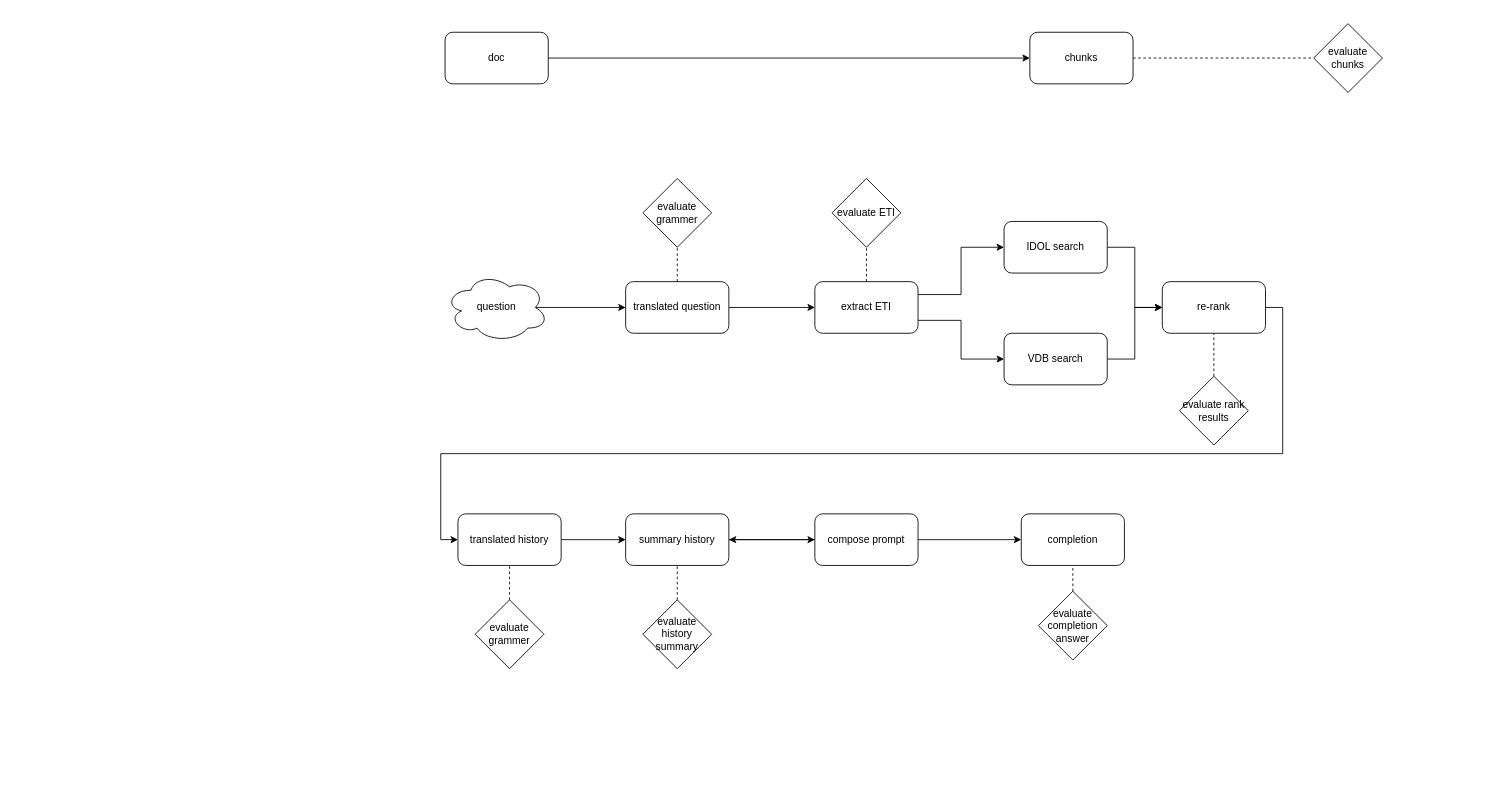
Above: LLM/Trace.drawio in Ice-YcY/Diagram (draw.io), before the change. Source tidied: cells renumbered, new cells numbered last; positions are measured from the earlier drawing's top-left corner, leaving out a move shared by most shapes. Both pictures are drawn from the tidied source at 86%, with x=0, y=0 at pixel (440, 23).
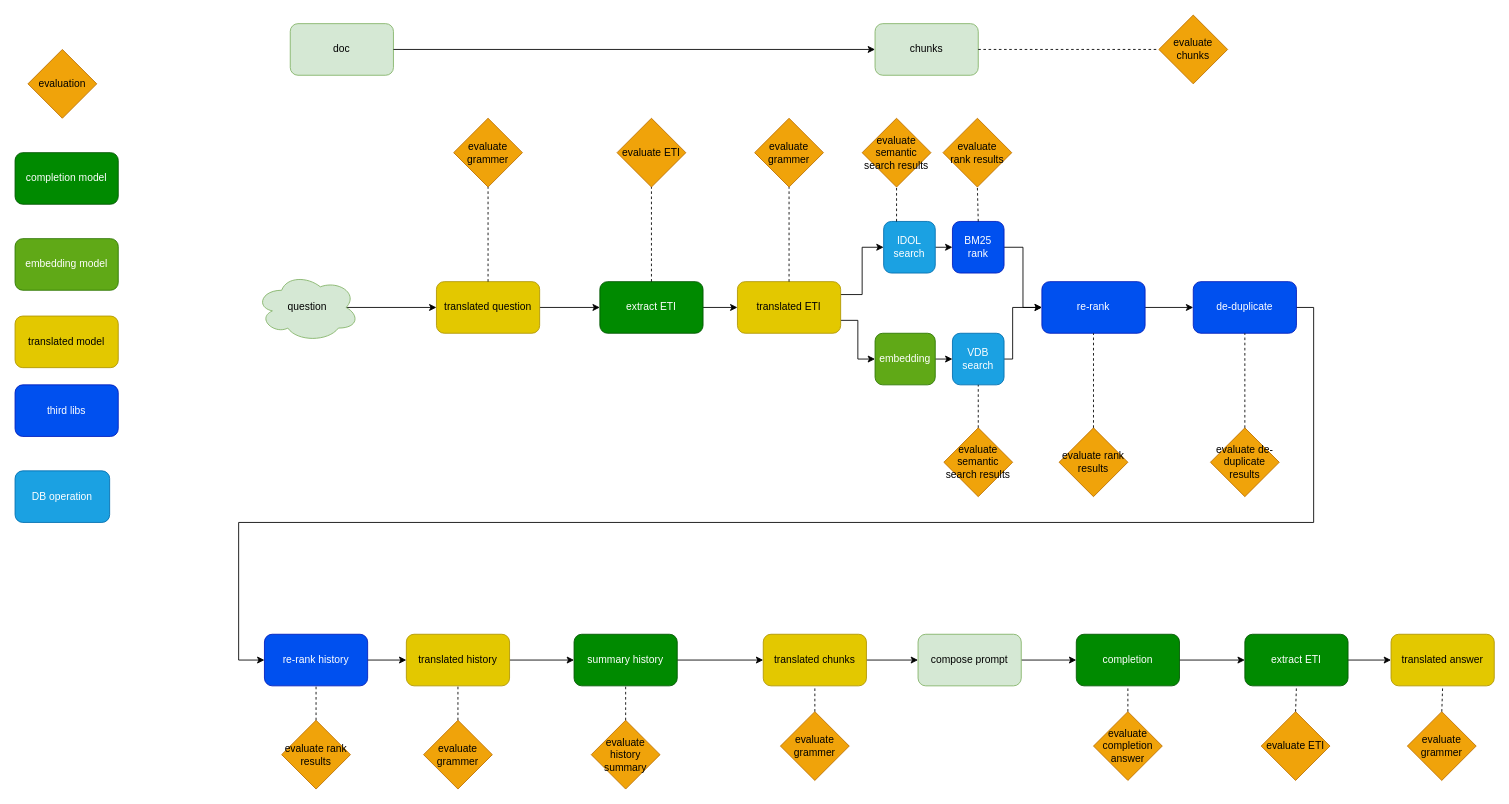
The same page after the edit.

Diff of the diagram source:
```diff
@@
-    <mxCell id="2" value="doc" style="rounded=1;whiteSpace=wrap;html=1;" parent="1" vertex="1">
-      <mxGeometry x="5" y="10" width="120" height="60" as="geometry" />
+    <mxCell id="2" value="doc" style="rounded=1;whiteSpace=wrap;html=1;fillColor=#d5e8d4;strokeColor=#82b366;" parent="1" vertex="1">
+      <mxGeometry x="-175" width="120" height="60" as="geometry" />
     </mxCell>
-    <mxCell id="3" value="chunks" style="rounded=1;whiteSpace=wrap;html=1;" parent="1" vertex="1">
-      <mxGeometry x="685" y="10" width="120" height="60" as="geometry" />
+    <mxCell id="3" value="chunks" style="rounded=1;whiteSpace=wrap;html=1;fillColor=#d5e8d4;strokeColor=#82b366;" parent="1" vertex="1">
+      <mxGeometry x="505" width="120" height="60" as="geometry" />
     </mxCell>
@@
-    <mxCell id="5" value="evaluate chunks" style="rhombus;whiteSpace=wrap;html=1;" parent="1" vertex="1">
-      <mxGeometry x="1015" width="80" height="80" as="geometry" />
+    <mxCell id="5" value="evaluate chunks" style="rhombus;whiteSpace=wrap;html=1;fillColor=#f0a30a;fontColor=#000000;strokeColor=#BD7000;" parent="1" vertex="1">
+      <mxGeometry x="835" y="-10" width="80" height="80" as="geometry" />
     </mxCell>
@@
-    <mxCell id="8" value="question" style="ellipse;shape=cloud;whiteSpace=wrap;html=1;" parent="1" vertex="1">
-      <mxGeometry x="5" y="290" width="120" height="80" as="geometry" />
+    <mxCell id="8" value="question" style="ellipse;shape=cloud;whiteSpace=wrap;html=1;fillColor=#d5e8d4;strokeColor=#82b366;" parent="1" vertex="1">
+      <mxGeometry x="-215" y="290" width="120" height="80" as="geometry" />
     </mxCell>
@@
-    <mxCell id="10" value="translated question" style="rounded=1;whiteSpace=wrap;html=1;" parent="1" vertex="1">
-      <mxGeometry x="215" y="300" width="120" height="60" as="geometry" />
+    <mxCell id="10" value="translated question" style="rounded=1;whiteSpace=wrap;html=1;fillColor=#e3c800;strokeColor=#B09500;fontColor=#000000;" parent="1" vertex="1">
+      <mxGeometry x="-5" y="300" width="120" height="60" as="geometry" />
     </mxCell>
-    <mxCell id="11" value="evaluate grammer" style="rhombus;whiteSpace=wrap;html=1;" parent="1" vertex="1">
-      <mxGeometry x="235" y="180" width="80" height="80" as="geometry" />
+    <mxCell id="11" value="evaluate grammer" style="rhombus;whiteSpace=wrap;html=1;fillColor=#f0a30a;strokeColor=#BD7000;fontColor=#000000;" parent="1" vertex="1">
+      <mxGeometry x="15" y="110" width="80" height="80" as="geometry" />
     </mxCell>
@@
-    <mxCell id="13" style="edgeStyle=orthogonalEdgeStyle;rounded=0;jettySize=auto;html=1;exitX=1;exitY=0.25;exitDx=0;exitDy=0;entryX=0;entryY=0.5;entryDx=0;entryDy=0;" parent="1" edge="1" source="15" target="19">
+    <mxCell id="13" style="edgeStyle=orthogonalEdgeStyle;rounded=0;jettySize=auto;html=1;exitX=1;exitY=0.25;exitDx=0;exitDy=0;entryX=0;entryY=0.5;entryDx=0;entryDy=0;" parent="1" edge="1" source="65" target="19">
       <mxGeometry relative="1" as="geometry" />
     </mxCell>
-    <mxCell id="14" style="edgeStyle=orthogonalEdgeStyle;rounded=0;jettySize=auto;html=1;exitX=1;exitY=0.75;exitDx=0;exitDy=0;entryX=0;entryY=0.5;entryDx=0;entryDy=0;" parent="1" edge="1" source="15" target="21">
+    <mxCell id="14" style="edgeStyle=orthogonalEdgeStyle;rounded=0;jettySize=auto;html=1;exitX=1;exitY=0.75;exitDx=0;exitDy=0;entryX=0;entryY=0.5;entryDx=0;entryDy=0;" parent="1" edge="1" source="65" target="53">
       <mxGeometry relative="1" as="geometry" />
     </mxCell>
+    <mxCell id="40" style="edgeStyle=orthogonalEdgeStyle;rounded=0;jettySize=auto;html=1;exitX=1;exitY=0.5;exitDx=0;exitDy=0;entryX=0;entryY=0.5;entryDx=0;entryDy=0;" parent="1" edge="1" source="15" target="65">
+      <mxGeometry relative="1" as="geometry" />
+    </mxCell>
-    <mxCell id="15" value="extract ETI" style="rounded=1;whiteSpace=wrap;html=1;" parent="1" vertex="1">
-      <mxGeometry x="435" y="300" width="120" height="60" as="geometry" />
+    <mxCell id="15" value="extract ETI" style="rounded=1;whiteSpace=wrap;html=1;fillColor=#008a00;strokeColor=#005700;fontColor=#ffffff;" parent="1" vertex="1">
+      <mxGeometry x="185" y="300" width="120" height="60" as="geometry" />
     </mxCell>
-    <mxCell id="16" value="evaluate ETI" style="rhombus;whiteSpace=wrap;html=1;" parent="1" vertex="1">
-      <mxGeometry x="455" y="180" width="80" height="80" as="geometry" />
+    <mxCell id="16" value="evaluate ETI" style="rhombus;whiteSpace=wrap;html=1;fillColor=#f0a30a;strokeColor=#BD7000;fontColor=#000000;" parent="1" vertex="1">
+      <mxGeometry x="205" y="110" width="80" height="80" as="geometry" />
     </mxCell>
@@
-    <mxCell id="18" style="edgeStyle=orthogonalEdgeStyle;rounded=0;jettySize=auto;html=1;exitX=1;exitY=0.5;exitDx=0;exitDy=0;entryX=0;entryY=0.5;entryDx=0;entryDy=0;" parent="1" edge="1" source="19" target="23">
-      <mxGeometry relative="1" as="geometry" />
-    </mxCell>
+    <mxCell id="41" style="edgeStyle=orthogonalEdgeStyle;rounded=0;jettySize=auto;html=1;exitX=1;exitY=0.5;exitDx=0;exitDy=0;entryX=0;entryY=0.5;entryDx=0;entryDy=0;" parent="1" edge="1" source="19" target="69">
+      <mxGeometry relative="1" as="geometry" />
+    </mxCell>
-    <mxCell id="19" value="IDOL search" style="rounded=1;whiteSpace=wrap;html=1;" parent="1" vertex="1">
-      <mxGeometry x="655" y="230" width="120" height="60" as="geometry" />
+    <mxCell id="19" value="IDOL search" style="rounded=1;whiteSpace=wrap;html=1;fillColor=#1ba1e2;strokeColor=#006EAF;fontColor=#ffffff;" parent="1" vertex="1">
+      <mxGeometry x="515" y="230" width="60" height="60" as="geometry" />
     </mxCell>
     <mxCell id="20" style="edgeStyle=orthogonalEdgeStyle;rounded=0;jettySize=auto;html=1;exitX=1;exitY=0.5;exitDx=0;exitDy=0;entryX=0;entryY=0.5;entryDx=0;entryDy=0;" parent="1" edge="1" source="21" target="23">
-      <mxGeometry relative="1" as="geometry" />
+      <mxGeometry relative="1" as="geometry">
+        <Array as="points">
+          <mxPoint x="665" y="390" />
+          <mxPoint x="665" y="330" />
+        </Array>
+      </mxGeometry>
     </mxCell>
-    <mxCell id="21" value="VDB search" style="rounded=1;whiteSpace=wrap;html=1;" parent="1" vertex="1">
-      <mxGeometry x="655" y="360" width="120" height="60" as="geometry" />
+    <mxCell id="21" value="VDB search" style="rounded=1;whiteSpace=wrap;html=1;fillColor=#1ba1e2;strokeColor=#006EAF;fontColor=#ffffff;" parent="1" vertex="1">
+      <mxGeometry x="595" y="360" width="60" height="60" as="geometry" />
     </mxCell>
-    <mxCell id="22" style="edgeStyle=orthogonalEdgeStyle;rounded=0;jettySize=auto;html=1;exitX=1;exitY=0.5;exitDx=0;exitDy=0;entryX=0;entryY=0.5;entryDx=0;entryDy=0;" parent="1" edge="1" source="23" target="37">
+    <mxCell id="22" style="edgeStyle=orthogonalEdgeStyle;rounded=0;jettySize=auto;html=1;exitX=1;exitY=0.5;exitDx=0;exitDy=0;entryX=0;entryY=0.5;entryDx=0;entryDy=0;" parent="1" edge="1" source="62" target="59">
       <mxGeometry relative="1" as="geometry">
         <Array as="points">
-          <mxPoint x="979" y="330" />
-          <mxPoint x="979" y="500" />
-          <mxPoint y="500" />
-          <mxPoint y="600" />
+          <mxPoint x="1015" y="330" />
+          <mxPoint x="1015" y="580" />
+          <mxPoint x="-235" y="580" />
+          <mxPoint x="-235" y="740" />
         </Array>
       </mxGeometry>
     </mxCell>
+    <mxCell id="42" style="edgeStyle=orthogonalEdgeStyle;rounded=0;jettySize=auto;html=1;exitX=1;exitY=0.5;exitDx=0;exitDy=0;" parent="1" edge="1" source="23" target="62">
+      <mxGeometry relative="1" as="geometry" />
+    </mxCell>
-    <mxCell id="23" value="re-rank" style="rounded=1;whiteSpace=wrap;html=1;" parent="1" vertex="1">
-      <mxGeometry x="839" y="300" width="120" height="60" as="geometry" />
+    <mxCell id="23" value="re-rank" style="rounded=1;whiteSpace=wrap;html=1;fillColor=#0050ef;strokeColor=#001DBC;fontColor=#ffffff;" parent="1" vertex="1">
+      <mxGeometry x="699" y="300" width="120" height="60" as="geometry" />
     </mxCell>
-    <mxCell id="24" value="evaluate rank results" style="rhombus;whiteSpace=wrap;html=1;" parent="1" vertex="1">
-      <mxGeometry x="859" y="410" width="80" height="80" as="geometry" />
+    <mxCell id="24" value="evaluate rank results" style="rhombus;whiteSpace=wrap;html=1;fillColor=#f0a30a;strokeColor=#BD7000;fontColor=#000000;" parent="1" vertex="1">
+      <mxGeometry x="719" y="470" width="80" height="80" as="geometry" />
     </mxCell>
@@
-    <mxCell id="26" style="edgeStyle=orthogonalEdgeStyle;rounded=0;jettySize=auto;html=1;exitX=1;exitY=0.5;exitDx=0;exitDy=0;entryX=0;entryY=0.5;entryDx=0;entryDy=0;" parent="1" edge="1" source="27" target="32">
+    <mxCell id="26" style="edgeStyle=orthogonalEdgeStyle;rounded=0;jettySize=auto;html=1;exitX=1;exitY=0.5;exitDx=0;exitDy=0;entryX=0;entryY=0.5;entryDx=0;entryDy=0;" parent="1" edge="1" source="27" target="45">
       <mxGeometry relative="1" as="geometry" />
     </mxCell>
-    <mxCell id="27" value="summary history" style="rounded=1;whiteSpace=wrap;html=1;" parent="1" vertex="1">
-      <mxGeometry x="215" y="570" width="120" height="60" as="geometry" />
+    <mxCell id="27" value="summary history" style="rounded=1;whiteSpace=wrap;html=1;fillColor=#008a00;strokeColor=#005700;fontColor=#ffffff;" parent="1" vertex="1">
+      <mxGeometry x="155" y="710" width="120" height="60" as="geometry" />
     </mxCell>
-    <mxCell id="28" value="evaluate history summary" style="rhombus;whiteSpace=wrap;html=1;" parent="1" vertex="1">
-      <mxGeometry x="235" y="670" width="80" height="80" as="geometry" />
+    <mxCell id="28" value="evaluate history summary" style="rhombus;whiteSpace=wrap;html=1;fillColor=#f0a30a;strokeColor=#BD7000;fontColor=#000000;" parent="1" vertex="1">
+      <mxGeometry x="175" y="810" width="80" height="80" as="geometry" />
     </mxCell>
@@
-    <mxCell id="31" style="edgeStyle=orthogonalEdgeStyle;rounded=0;jettySize=auto;html=1;" parent="1" edge="1" source="32" target="27">
-      <mxGeometry relative="1" as="geometry" />
-    </mxCell>
-    <mxCell id="32" value="compose prompt" style="rounded=1;whiteSpace=wrap;html=1;" parent="1" vertex="1">
-      <mxGeometry x="435" y="570" width="120" height="60" as="geometry" />
+    <mxCell id="32" value="compose prompt" style="rounded=1;whiteSpace=wrap;html=1;fillColor=#d5e8d4;strokeColor=#82b366;" parent="1" vertex="1">
+      <mxGeometry x="555" y="710" width="120" height="60" as="geometry" />
     </mxCell>
+    <mxCell id="43" style="edgeStyle=orthogonalEdgeStyle;rounded=0;jettySize=auto;html=1;exitX=1;exitY=0.5;exitDx=0;exitDy=0;entryX=0;entryY=0.5;entryDx=0;entryDy=0;" parent="1" edge="1" source="33" target="49">
+      <mxGeometry relative="1" as="geometry" />
+    </mxCell>
-    <mxCell id="33" value="completion" style="rounded=1;whiteSpace=wrap;html=1;" parent="1" vertex="1">
-      <mxGeometry x="675" y="570" width="120" height="60" as="geometry" />
+    <mxCell id="33" value="completion" style="rounded=1;whiteSpace=wrap;html=1;fillColor=#008a00;strokeColor=#005700;fontColor=#ffffff;" parent="1" vertex="1">
+      <mxGeometry x="739" y="710" width="120" height="60" as="geometry" />
     </mxCell>
-    <mxCell id="34" value="evaluate completion answer" style="rhombus;whiteSpace=wrap;html=1;" parent="1" vertex="1">
-      <mxGeometry x="695" y="660" width="80" height="80" as="geometry" />
+    <mxCell id="34" value="evaluate completion answer" style="rhombus;whiteSpace=wrap;html=1;fillColor=#f0a30a;strokeColor=#BD7000;fontColor=#000000;" parent="1" vertex="1">
+      <mxGeometry x="759" y="800" width="80" height="80" as="geometry" />
     </mxCell>
@@
-    <mxCell id="37" value="translated history" style="rounded=1;whiteSpace=wrap;html=1;" parent="1" vertex="1">
-      <mxGeometry x="20" y="570" width="120" height="60" as="geometry" />
+    <mxCell id="37" value="translated history" style="rounded=1;whiteSpace=wrap;html=1;fillColor=#e3c800;strokeColor=#B09500;fontColor=#000000;" parent="1" vertex="1">
+      <mxGeometry x="-40" y="710" width="120" height="60" as="geometry" />
     </mxCell>
-    <mxCell id="38" value="evaluate grammer" style="rhombus;whiteSpace=wrap;html=1;" parent="1" vertex="1">
-      <mxGeometry x="40" y="670" width="80" height="80" as="geometry" />
+    <mxCell id="38" value="evaluate grammer" style="rhombus;whiteSpace=wrap;html=1;fillColor=#f0a30a;strokeColor=#BD7000;fontColor=#000000;" parent="1" vertex="1">
+      <mxGeometry x="-20" y="810" width="80" height="80" as="geometry" />
     </mxCell>
@@
+    <mxCell id="44" style="edgeStyle=orthogonalEdgeStyle;rounded=0;jettySize=auto;html=1;exitX=1;exitY=0.5;exitDx=0;exitDy=0;entryX=0;entryY=0.5;entryDx=0;entryDy=0;" parent="1" edge="1" source="45" target="32">
+      <mxGeometry relative="1" as="geometry" />
+    </mxCell>
+    <mxCell id="45" value="translated chunks" style="rounded=1;whiteSpace=wrap;html=1;fillColor=#e3c800;strokeColor=#B09500;fontColor=#000000;" parent="1" vertex="1">
+      <mxGeometry x="375" y="710" width="120" height="60" as="geometry" />
+    </mxCell>
+    <mxCell id="46" value="evaluate grammer" style="rhombus;whiteSpace=wrap;html=1;fillColor=#f0a30a;strokeColor=#BD7000;fontColor=#000000;" parent="1" vertex="1">
+      <mxGeometry x="395" y="800" width="80" height="80" as="geometry" />
+    </mxCell>
+    <mxCell id="47" style="endArrow=none;dashed=1;html=1;rounded=0;exitX=0.5;exitY=0;exitDx=0;exitDy=0;entryX=0.5;entryY=1;entryDx=0;entryDy=0;" parent="1" edge="1" source="46" target="45">
+      <mxGeometry relative="1" as="geometry" />
+    </mxCell>
+    <mxCell id="48" style="edgeStyle=orthogonalEdgeStyle;rounded=0;jettySize=auto;html=1;exitX=1;exitY=0.5;exitDx=0;exitDy=0;entryX=0;entryY=0.5;entryDx=0;entryDy=0;" parent="1" edge="1" source="49" target="78">
+      <mxGeometry relative="1" as="geometry" />
+    </mxCell>
+    <mxCell id="49" value="extract ETI" style="rounded=1;whiteSpace=wrap;html=1;fillColor=#008a00;strokeColor=#005700;fontColor=#ffffff;" parent="1" vertex="1">
+      <mxGeometry x="935" y="710" width="120" height="60" as="geometry" />
+    </mxCell>
+    <mxCell id="50" value="evaluate ETI" style="rhombus;whiteSpace=wrap;html=1;fillColor=#f0a30a;strokeColor=#BD7000;fontColor=#000000;" parent="1" vertex="1">
+      <mxGeometry x="954" y="800" width="80" height="80" as="geometry" />
+    </mxCell>
+    <mxCell id="51" style="endArrow=none;dashed=1;html=1;rounded=0;exitX=0.5;exitY=0;exitDx=0;exitDy=0;entryX=0.5;entryY=1;entryDx=0;entryDy=0;" parent="1" edge="1" source="50" target="49">
+      <mxGeometry relative="1" as="geometry" />
+    </mxCell>
+    <mxCell id="52" style="edgeStyle=orthogonalEdgeStyle;rounded=0;jettySize=auto;html=1;exitX=1;exitY=0.5;exitDx=0;exitDy=0;entryX=0;entryY=0.5;entryDx=0;entryDy=0;" parent="1" edge="1" source="53" target="21">
+      <mxGeometry relative="1" as="geometry" />
+    </mxCell>
+    <mxCell id="53" value="embedding" style="rounded=1;whiteSpace=wrap;html=1;fillColor=#60a917;strokeColor=#2D7600;fontColor=#ffffff;" parent="1" vertex="1">
+      <mxGeometry x="505" y="360" width="70" height="60" as="geometry" />
+    </mxCell>
+    <mxCell id="54" value="evaluate&lt;div&gt;semantic search results&lt;/div&gt;" style="rhombus;whiteSpace=wrap;html=1;fillColor=#f0a30a;strokeColor=#BD7000;fontColor=#000000;" parent="1" vertex="1">
+      <mxGeometry x="585" y="470" width="80" height="80" as="geometry" />
+    </mxCell>
+    <mxCell id="55" style="endArrow=none;dashed=1;html=1;rounded=0;exitX=0.5;exitY=0;exitDx=0;exitDy=0;entryX=0.5;entryY=1;entryDx=0;entryDy=0;" parent="1" edge="1" source="54" target="21">
+      <mxGeometry relative="1" as="geometry" />
+    </mxCell>
+    <mxCell id="56" value="evaluate&lt;div&gt;semantic search results&lt;/div&gt;" style="rhombus;whiteSpace=wrap;html=1;fillColor=#f0a30a;strokeColor=#BD7000;fontColor=#000000;" parent="1" vertex="1">
+      <mxGeometry x="490" y="110" width="80" height="80" as="geometry" />
+    </mxCell>
+    <mxCell id="57" style="endArrow=none;dashed=1;html=1;rounded=0;exitX=0.25;exitY=0;exitDx=0;exitDy=0;" parent="1" edge="1" source="19" target="56">
+      <mxGeometry relative="1" as="geometry" />
+    </mxCell>
+    <mxCell id="58" style="edgeStyle=orthogonalEdgeStyle;rounded=0;jettySize=auto;html=1;exitX=1;exitY=0.5;exitDx=0;exitDy=0;entryX=0;entryY=0.5;entryDx=0;entryDy=0;" parent="1" edge="1" source="59" target="37">
+      <mxGeometry relative="1" as="geometry" />
+    </mxCell>
+    <mxCell id="59" value="re-rank history" style="rounded=1;whiteSpace=wrap;html=1;fillColor=#0050ef;strokeColor=#001DBC;fontColor=#ffffff;" parent="1" vertex="1">
+      <mxGeometry x="-205" y="710" width="120" height="60" as="geometry" />
+    </mxCell>
+    <mxCell id="60" value="evaluate rank results" style="rhombus;whiteSpace=wrap;html=1;fillColor=#f0a30a;strokeColor=#BD7000;fontColor=#000000;" parent="1" vertex="1">
+      <mxGeometry x="-185" y="810" width="80" height="80" as="geometry" />
+    </mxCell>
+    <mxCell id="61" style="endArrow=none;dashed=1;html=1;rounded=0;entryX=0.5;entryY=1;entryDx=0;entryDy=0;exitX=0.5;exitY=0;exitDx=0;exitDy=0;" parent="1" edge="1" source="60" target="59">
+      <mxGeometry relative="1" as="geometry" />
+    </mxCell>
+    <mxCell id="62" value="de-duplicate" style="rounded=1;whiteSpace=wrap;html=1;fillColor=#0050ef;strokeColor=#001DBC;fontColor=#ffffff;" parent="1" vertex="1">
+      <mxGeometry x="875" y="300" width="120" height="60" as="geometry" />
+    </mxCell>
+    <mxCell id="63" value="evaluate de-duplicate results" style="rhombus;whiteSpace=wrap;html=1;fillColor=#f0a30a;strokeColor=#BD7000;fontColor=#000000;" parent="1" vertex="1">
+      <mxGeometry x="895" y="470" width="80" height="80" as="geometry" />
+    </mxCell>
+    <mxCell id="64" style="endArrow=none;dashed=1;html=1;rounded=0;exitX=0.5;exitY=0;exitDx=0;exitDy=0;entryX=0.5;entryY=1;entryDx=0;entryDy=0;" parent="1" edge="1" source="63" target="62">
+      <mxGeometry relative="1" as="geometry" />
+    </mxCell>
+    <mxCell id="65" value="translated ETI" style="rounded=1;whiteSpace=wrap;html=1;fillColor=#e3c800;strokeColor=#B09500;fontColor=#000000;" parent="1" vertex="1">
+      <mxGeometry x="345" y="300" width="120" height="60" as="geometry" />
+    </mxCell>
+    <mxCell id="66" value="evaluate grammer" style="rhombus;whiteSpace=wrap;html=1;fillColor=#f0a30a;strokeColor=#BD7000;fontColor=#000000;" parent="1" vertex="1">
+      <mxGeometry x="365" y="110" width="80" height="80" as="geometry" />
+    </mxCell>
+    <mxCell id="67" style="endArrow=none;dashed=1;html=1;rounded=0;exitX=0.5;exitY=0;exitDx=0;exitDy=0;entryX=0.5;entryY=1;entryDx=0;entryDy=0;" parent="1" edge="1" source="65" target="66">
+      <mxGeometry relative="1" as="geometry" />
+    </mxCell>
+    <mxCell id="68" style="edgeStyle=orthogonalEdgeStyle;rounded=0;jettySize=auto;html=1;entryX=0;entryY=0.5;entryDx=0;entryDy=0;" parent="1" edge="1" source="69" target="23">
+      <mxGeometry relative="1" as="geometry" />
+    </mxCell>
+    <mxCell id="69" value="BM25 rank" style="rounded=1;whiteSpace=wrap;html=1;fillColor=#0050ef;strokeColor=#001DBC;fontColor=#ffffff;" parent="1" vertex="1">
+      <mxGeometry x="595" y="230" width="60" height="60" as="geometry" />
+    </mxCell>
+    <mxCell id="70" value="evaluate&lt;div&gt;rank results&lt;/div&gt;" style="rhombus;whiteSpace=wrap;html=1;fillColor=#f0a30a;strokeColor=#BD7000;fontColor=#000000;" parent="1" vertex="1">
+      <mxGeometry x="584" y="110" width="80" height="80" as="geometry" />
+    </mxCell>
+    <mxCell id="71" style="endArrow=none;dashed=1;html=1;rounded=0;exitX=0.5;exitY=0;exitDx=0;exitDy=0;entryX=0.5;entryY=1;entryDx=0;entryDy=0;" parent="1" edge="1" source="69" target="70">
+      <mxGeometry relative="1" as="geometry" />
+    </mxCell>
+    <mxCell id="72" value="evaluation" style="rhombus;whiteSpace=wrap;html=1;fillColor=#f0a30a;strokeColor=#BD7000;fontColor=#000000;" parent="1" vertex="1">
+      <mxGeometry x="-480" y="30" width="80" height="80" as="geometry" />
+    </mxCell>
+    <mxCell id="73" value="completion model" style="rounded=1;whiteSpace=wrap;html=1;fillColor=#008a00;strokeColor=#005700;fontColor=#ffffff;" parent="1" vertex="1">
+      <mxGeometry x="-495" y="150" width="120" height="60" as="geometry" />
+    </mxCell>
+    <mxCell id="74" value="embedding model" style="rounded=1;whiteSpace=wrap;html=1;fillColor=#60a917;strokeColor=#2D7600;fontColor=#ffffff;" parent="1" vertex="1">
+      <mxGeometry x="-495" y="250" width="120" height="60" as="geometry" />
+    </mxCell>
+    <mxCell id="75" value="third libs" style="rounded=1;whiteSpace=wrap;html=1;fillColor=#0050ef;strokeColor=#001DBC;fontColor=#ffffff;" parent="1" vertex="1">
+      <mxGeometry x="-495" y="420" width="120" height="60" as="geometry" />
+    </mxCell>
+    <mxCell id="76" value="DB operation" style="rounded=1;whiteSpace=wrap;html=1;fillColor=#1ba1e2;strokeColor=#006EAF;fontColor=#ffffff;" parent="1" vertex="1">
+      <mxGeometry x="-495" y="520" width="110" height="60" as="geometry" />
+    </mxCell>
+    <mxCell id="77" value="translated model" style="rounded=1;whiteSpace=wrap;html=1;fillColor=#e3c800;strokeColor=#B09500;fontColor=#000000;" parent="1" vertex="1">
+      <mxGeometry x="-495" y="340" width="120" height="60" as="geometry" />
+    </mxCell>
+    <mxCell id="78" value="translated answer" style="rounded=1;whiteSpace=wrap;html=1;fillColor=#e3c800;strokeColor=#B09500;fontColor=#000000;" parent="1" vertex="1">
+      <mxGeometry x="1105" y="710" width="120" height="60" as="geometry" />
+    </mxCell>
+    <mxCell id="79" value="evaluate grammer" style="rhombus;whiteSpace=wrap;html=1;fillColor=#f0a30a;strokeColor=#BD7000;fontColor=#000000;" parent="1" vertex="1">
+      <mxGeometry x="1124" y="800" width="80" height="80" as="geometry" />
+    </mxCell>
+    <mxCell id="80" style="endArrow=none;dashed=1;html=1;rounded=0;exitX=0.5;exitY=0;exitDx=0;exitDy=0;entryX=0.5;entryY=1;entryDx=0;entryDy=0;" parent="1" edge="1" source="79" target="78">
+      <mxGeometry relative="1" as="geometry" />
+    </mxCell>
```
